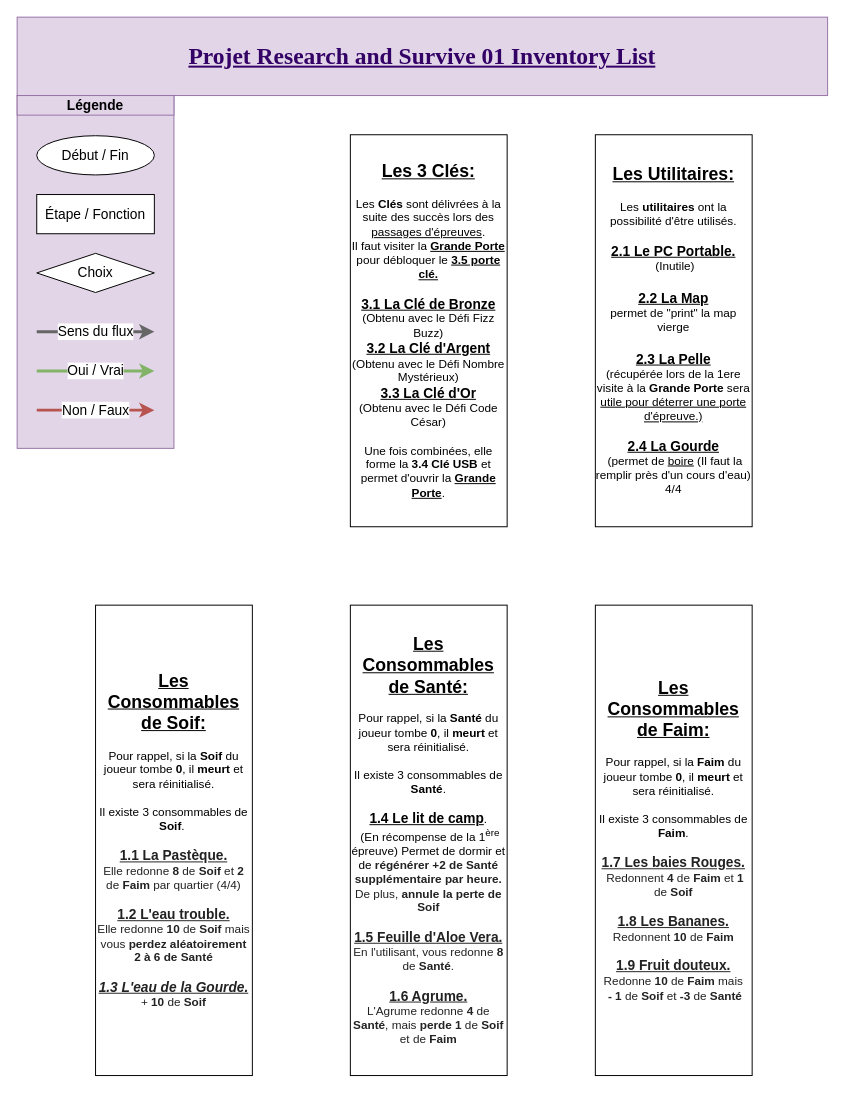
Before: page "Inventory list" (6 of 8) of Hors code/Project RS01.drawio in Hidorion/ProjetRS1, a draw.io diagram. Source tidied: cells renumbered, new cells numbered last; positions are measured from the earlier drawing's top-left corner, leaving out a move shared by most shapes. Both pictures are drawn from the tidied source at 98%, with x=0, y=0 at pixel (17, 17).
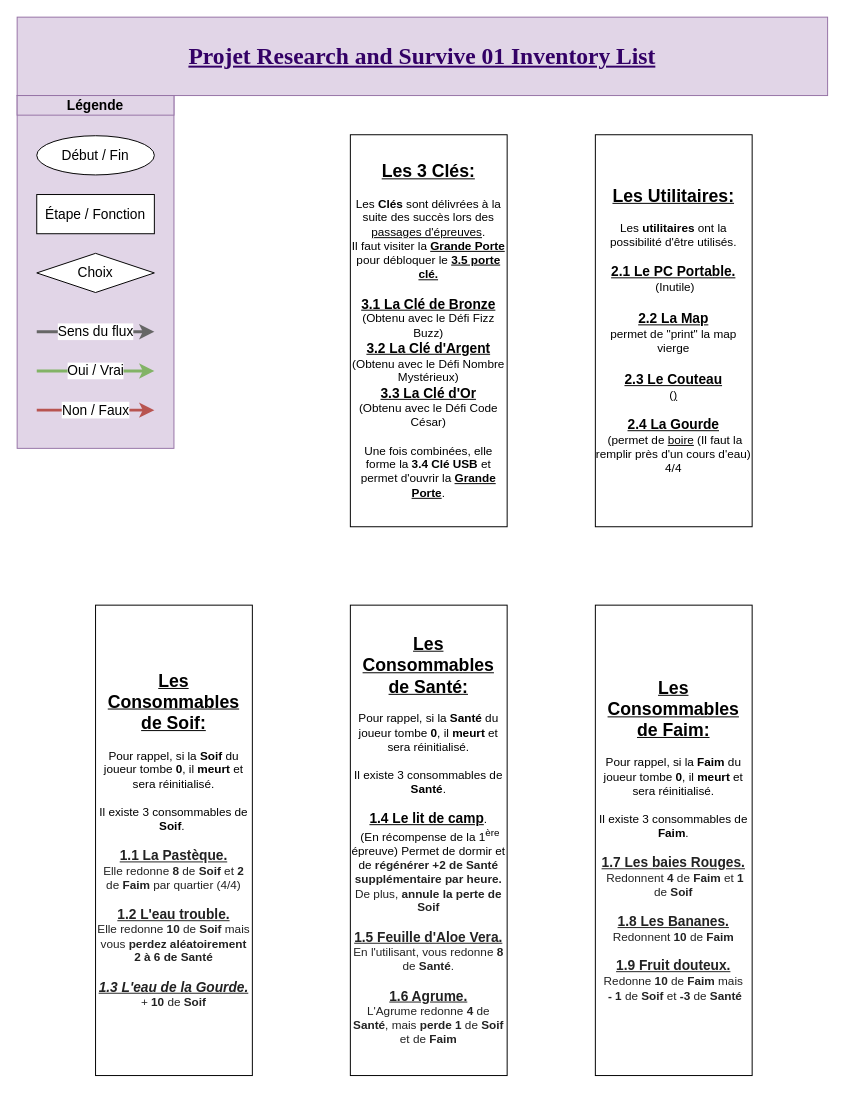
After the change.

The edit, as a diff of the source:
```diff
@@
 <mxGraphModel>
   <root>
     <mxCell id="0" />
     <mxCell id="1" parent="0" />
     <mxCell id="2" value="&lt;font style=&quot;font-size: 24px&quot; face=&quot;Garamond&quot; color=&quot;#330066&quot;&gt;&lt;b&gt;&lt;u&gt;Projet Research and Survive 01 Inventory List&lt;/u&gt;&lt;/b&gt;&lt;/font&gt;" style="rounded=0;whiteSpace=wrap;html=1;fillColor=#e1d5e7;strokeColor=#9673a6;" parent="1" vertex="1">
       <mxGeometry width="827" height="80" as="geometry" />
     </mxCell>
     <mxCell id="3" style="rounded=0;whiteSpace=wrap;html=1;fontSize=14;fillColor=#e1d5e7;strokeColor=#9673a6;" parent="1" vertex="1">
       <mxGeometry y="80" width="160" height="360" as="geometry" />
     </mxCell>
     <mxCell id="4" value="Début / Fin" style="ellipse;whiteSpace=wrap;html=1;fontSize=14;" parent="1" vertex="1">
       <mxGeometry x="20" y="121" width="120" height="40" as="geometry" />
     </mxCell>
     <mxCell id="5" value="Étape / Fonction" style="rounded=0;whiteSpace=wrap;html=1;fontSize=14;" parent="1" vertex="1">
       <mxGeometry x="20" y="181" width="120" height="40" as="geometry" />
     </mxCell>
     <mxCell id="6" value="Choix" style="rhombus;whiteSpace=wrap;html=1;fontSize=14;" parent="1" vertex="1">
       <mxGeometry x="20" y="241" width="120" height="40" as="geometry" />
     </mxCell>
     <mxCell id="7" value="Sens du flux" style="endArrow=classic;html=1;fontSize=14;strokeWidth=3;fillColor=#f5f5f5;strokeColor=#666666;" parent="1" edge="1">
       <mxGeometry relative="1" as="geometry">
         <mxPoint x="20" y="321" as="sourcePoint" />
         <mxPoint x="140" y="321" as="targetPoint" />
       </mxGeometry>
     </mxCell>
     <mxCell id="8" value="&lt;div&gt;Oui / Vrai&lt;/div&gt;" style="endArrow=classic;html=1;fontSize=14;fillColor=#d5e8d4;strokeColor=#82b366;strokeWidth=3;" parent="1" edge="1">
       <mxGeometry relative="1" as="geometry">
         <mxPoint x="20" y="361" as="sourcePoint" />
         <mxPoint x="140" y="361" as="targetPoint" />
       </mxGeometry>
     </mxCell>
     <mxCell id="9" value="Non / Faux" style="endArrow=classic;html=1;fontSize=14;fillColor=#f8cecc;strokeColor=#b85450;strokeWidth=3;" parent="1" edge="1">
       <mxGeometry relative="1" as="geometry">
         <mxPoint x="20" y="401" as="sourcePoint" />
         <mxPoint x="140" y="401" as="targetPoint" />
       </mxGeometry>
     </mxCell>
     <mxCell id="10" value="Légende" style="text;html=1;strokeColor=#9673a6;fillColor=#e1d5e7;align=center;verticalAlign=middle;whiteSpace=wrap;rounded=0;fontSize=14;fontStyle=1;" parent="1" vertex="1">
       <mxGeometry y="80" width="160" height="20" as="geometry" />
     </mxCell>
     <mxCell id="11" value="&lt;u&gt;&lt;b&gt;&lt;font style=&quot;font-size: 18px&quot;&gt;Les 3 Clés:&lt;br&gt;&lt;/font&gt;&lt;/b&gt;&lt;/u&gt;&lt;br&gt;Les &lt;b&gt;Clés &lt;/b&gt;sont délivrées à la suite des succès lors des &lt;u&gt;passages d'épreuves&lt;/u&gt;.&lt;br&gt;Il faut visiter la &lt;b&gt;&lt;u&gt;Grande Porte&lt;/u&gt;&lt;/b&gt; pour débloquer le &lt;u&gt;&lt;b&gt;3.5&amp;nbsp;porte clé.&lt;/b&gt;&lt;/u&gt;&lt;br&gt;&lt;br&gt;&lt;b&gt;&lt;u&gt;&lt;font style=&quot;font-size: 14px&quot;&gt;3.1 La Clé de Bronze&lt;/font&gt;&lt;/u&gt;&lt;/b&gt;&lt;br&gt;(Obtenu avec le Défi Fizz Buzz)&lt;br&gt;&lt;b&gt;&lt;font style=&quot;font-size: 14px&quot;&gt;&lt;u&gt;3.2 La Clé d'Argent&lt;/u&gt;&lt;/font&gt;&lt;br&gt;&lt;/b&gt;(Obtenu avec le Défi Nombre Mystérieux)&lt;br&gt;&lt;b&gt;&lt;font style=&quot;font-size: 14px&quot;&gt;&lt;u&gt;3.3 La Clé d'Or&lt;/u&gt;&lt;/font&gt;&lt;br&gt;&lt;/b&gt;(Obtenu avec le Défi Code César)&lt;br&gt;&lt;br&gt;Une fois combinées, elle forme la &lt;b&gt;3.4&lt;/b&gt;&amp;nbsp;&lt;b&gt;Clé USB&lt;/b&gt; et permet d'ouvrir la &lt;b&gt;&lt;u&gt;Grande Porte&lt;/u&gt;&lt;/b&gt;." style="rounded=0;whiteSpace=wrap;html=1;" parent="1" vertex="1">
       <mxGeometry x="340" y="120" width="160" height="400" as="geometry" />
     </mxCell>
-    <mxCell id="12" value="&lt;u&gt;&lt;b&gt;&lt;font style=&quot;font-size: 18px&quot;&gt;Les Utilitaires:&lt;br&gt;&lt;/font&gt;&lt;/b&gt;&lt;/u&gt;&lt;br&gt;&lt;span&gt;Les&amp;nbsp;&lt;/span&gt;&lt;b&gt;utilitaires&amp;nbsp;&lt;/b&gt;ont la possibilité d'être utilisés.&lt;br&gt;&lt;br&gt;&lt;b&gt;&lt;font style=&quot;font-size: 14px&quot;&gt;&lt;u&gt;2.1 Le PC Portable.&lt;/u&gt;&lt;/font&gt;&lt;br&gt;&lt;/b&gt;&amp;nbsp;(Inutile)&lt;br&gt;&lt;b&gt;&lt;font style=&quot;font-size: 14px&quot;&gt;&lt;u&gt;&lt;br&gt;2.2 La Map&lt;/u&gt;&lt;/font&gt;&lt;/b&gt; &lt;br&gt;permet de &quot;print&quot; la map vierge&lt;br&gt;&lt;span style=&quot;font-size: 14px&quot;&gt;&lt;br&gt;&lt;font style=&quot;font-size: 14px&quot;&gt;&lt;u&gt;&lt;b&gt;2.3 La Pelle&lt;/b&gt;&lt;/u&gt;&lt;/font&gt;&lt;/span&gt;&lt;font style=&quot;font-size: 14px&quot;&gt; &lt;/font&gt;&lt;br&gt;(récupérée lors de la 1ere visite à la &lt;b&gt;Grande Porte&lt;/b&gt; sera &lt;u&gt;utile pour déterrer une porte d'épreuve.)&lt;/u&gt;&lt;br&gt;&lt;b&gt;&lt;br&gt;&lt;u&gt;&lt;font style=&quot;font-size: 14px&quot;&gt;2.4 La Gourde&lt;/font&gt;&lt;/u&gt;&lt;br&gt;&lt;/b&gt;&amp;nbsp;(permet de &lt;u&gt;boire&lt;/u&gt;&amp;nbsp;(Il faut la remplir près d'un cours d'eau) 4/4" style="rounded=0;whiteSpace=wrap;html=1;" parent="1" vertex="1">
+    <mxCell id="12" value="&lt;u&gt;&lt;b&gt;&lt;font style=&quot;font-size: 18px&quot;&gt;Les Utilitaires:&lt;br&gt;&lt;/font&gt;&lt;/b&gt;&lt;/u&gt;&lt;br&gt;&lt;span&gt;Les&amp;nbsp;&lt;/span&gt;&lt;b&gt;utilitaires&amp;nbsp;&lt;/b&gt;ont la possibilité d'être utilisés.&lt;br&gt;&lt;br&gt;&lt;b&gt;&lt;font style=&quot;font-size: 14px&quot;&gt;&lt;u&gt;2.1 Le PC Portable.&lt;/u&gt;&lt;/font&gt;&lt;br&gt;&lt;/b&gt;&amp;nbsp;(Inutile)&lt;br&gt;&lt;b&gt;&lt;font style=&quot;font-size: 14px&quot;&gt;&lt;u&gt;&lt;br&gt;2.2 La Map&lt;/u&gt;&lt;/font&gt;&lt;/b&gt; &lt;br&gt;permet de &quot;print&quot; la map vierge&lt;br&gt;&lt;span style=&quot;font-size: 14px&quot;&gt;&lt;br&gt;&lt;font style=&quot;font-size: 14px&quot;&gt;&lt;u&gt;&lt;b&gt;2.3 Le Couteau&lt;/b&gt;&lt;/u&gt;&lt;/font&gt;&lt;/span&gt;&lt;font style=&quot;font-size: 14px&quot;&gt; &lt;/font&gt;&lt;br&gt;(&lt;u&gt;)&lt;/u&gt;&lt;br&gt;&lt;b&gt;&lt;br&gt;&lt;u&gt;&lt;font style=&quot;font-size: 14px&quot;&gt;2.4 La Gourde&lt;/font&gt;&lt;/u&gt;&lt;br&gt;&lt;/b&gt;&amp;nbsp;(permet de &lt;u&gt;boire&lt;/u&gt;&amp;nbsp;(Il faut la remplir près d'un cours d'eau) 4/4" style="rounded=0;whiteSpace=wrap;html=1;" parent="1" vertex="1">
       <mxGeometry x="590" y="120" width="160" height="400" as="geometry" />
     </mxCell>
     <mxCell id="13" value="&lt;u&gt;&lt;b&gt;&lt;font style=&quot;font-size: 18px&quot;&gt;Les Consommables de Santé:&lt;br&gt;&lt;/font&gt;&lt;/b&gt;&lt;/u&gt;&lt;br&gt;Pour rappel, si la &lt;b&gt;Santé&lt;/b&gt; du joueur tombe &lt;b&gt;0&lt;/b&gt;, il &lt;b&gt;meurt&lt;/b&gt; et sera réinitialisé.&lt;br&gt;&lt;br&gt;Il existe 3 consommables de &lt;b&gt;Santé&lt;/b&gt;.&lt;br&gt;&lt;br&gt;&lt;u&gt;&lt;font style=&quot;font-size: 14px&quot;&gt;&lt;b&gt;1.4 Le lit de camp&lt;/b&gt;&lt;/font&gt;&lt;/u&gt;.&lt;br&gt;&amp;nbsp;(En récompense de la 1&lt;sup&gt;ère&lt;/sup&gt; épreuve) Permet de dormir et de&amp;nbsp;&lt;span style=&quot;color: rgb(34 , 34 , 34) ; font-family: &amp;#34;arial&amp;#34; , sans-serif ; text-align: left ; background-color: rgb(255 , 255 , 255)&quot;&gt;&lt;font&gt;&lt;b style=&quot;font-size: 12px&quot;&gt;régénérer +2 de Santé supplémentaire par heure.&lt;/b&gt; De plus, &lt;b style=&quot;font-size: 12px&quot;&gt;annule la perte de Soif&lt;/b&gt;&lt;br&gt;&lt;br&gt;&lt;font style=&quot;font-size: 14px&quot;&gt;&lt;u&gt;&lt;b&gt;1.5 Feuille d'Aloe Vera.&lt;/b&gt;&lt;/u&gt;&lt;/font&gt;&lt;br&gt;En l'utilisant, vous redonne &lt;b&gt;8&lt;/b&gt; de &lt;b&gt;Santé&lt;/b&gt;.&lt;br&gt;&lt;br&gt;&lt;u&gt;&lt;font style=&quot;font-size: 14px&quot;&gt;&lt;b&gt;1.6 Agrume.&lt;/b&gt;&lt;/font&gt;&lt;/u&gt;&lt;br&gt;L'Agrume redonne &lt;b&gt;4&lt;/b&gt; de &lt;b&gt;Santé&lt;/b&gt;, mais &lt;b&gt;perde 1&lt;/b&gt; de &lt;b&gt;Soif&lt;/b&gt; et de &lt;b&gt;Faim&lt;/b&gt;&lt;br&gt;&lt;/font&gt;&lt;/span&gt;" style="rounded=0;whiteSpace=wrap;html=1;" parent="1" vertex="1">
       <mxGeometry x="340" y="600" width="160" height="480" as="geometry" />
     </mxCell>
     <mxCell id="14" value="&lt;u&gt;&lt;b&gt;&lt;font style=&quot;font-size: 18px&quot;&gt;Les Consommables de Faim:&lt;br&gt;&lt;/font&gt;&lt;/b&gt;&lt;/u&gt;&lt;br&gt;Pour rappel, si la &lt;b&gt;Faim&lt;/b&gt; du joueur tombe &lt;b&gt;0&lt;/b&gt;, il &lt;b&gt;meurt&lt;/b&gt; et sera réinitialisé.&lt;br&gt;&lt;br&gt;Il existe 3 consommables de &lt;b&gt;Faim&lt;/b&gt;.&lt;br&gt;&lt;br&gt;&lt;span style=&quot;color: rgb(34 , 34 , 34) ; font-family: &amp;#34;arial&amp;#34; , sans-serif ; text-align: left ; background-color: rgb(255 , 255 , 255)&quot;&gt;&lt;font&gt;&lt;u&gt;&lt;font style=&quot;font-size: 14px&quot;&gt;&lt;b&gt;1.7 Les baies Rouges.&lt;/b&gt;&lt;/font&gt;&lt;/u&gt;&lt;br&gt;&amp;nbsp;Redonnent &lt;b&gt;4&lt;/b&gt; de &lt;b&gt;Faim&lt;/b&gt; et &lt;b&gt;1&lt;/b&gt; de &lt;b&gt;Soif&lt;/b&gt;&lt;br&gt;&lt;br&gt;&lt;b&gt;&lt;u&gt;&lt;font style=&quot;font-size: 14px&quot;&gt;1.8 Les Bananes.&lt;/font&gt;&lt;/u&gt; &lt;/b&gt;&lt;br&gt;Redonnent &lt;b&gt;10&lt;/b&gt; de &lt;b&gt;Faim&lt;/b&gt;&lt;br&gt;&lt;br&gt;&lt;u&gt;&lt;font style=&quot;font-size: 14px&quot;&gt;&lt;b&gt;1.9 Fruit douteux.&lt;/b&gt;&lt;/font&gt;&lt;/u&gt; &lt;br&gt;Redonne &lt;b&gt;10&lt;/b&gt; de &lt;b&gt;Faim&lt;/b&gt; mais&lt;br&gt;&amp;nbsp;&lt;b&gt;- 1&lt;/b&gt; de &lt;b&gt;Soif&lt;/b&gt;&amp;nbsp;et &lt;b&gt;-3&lt;/b&gt; de &lt;b&gt;Santé&lt;/b&gt;&lt;br&gt;&lt;/font&gt;&lt;/span&gt;" style="rounded=0;whiteSpace=wrap;html=1;" parent="1" vertex="1">
       <mxGeometry x="590" y="600" width="160" height="480" as="geometry" />
     </mxCell>
     <mxCell id="15" value="&lt;u&gt;&lt;b&gt;&lt;font style=&quot;font-size: 18px&quot;&gt;Les Consommables de Soif:&lt;br&gt;&lt;/font&gt;&lt;/b&gt;&lt;/u&gt;&lt;br&gt;Pour rappel, si la &lt;b&gt;Soif&lt;/b&gt; du joueur tombe &lt;b&gt;0&lt;/b&gt;, il &lt;b&gt;meurt&lt;/b&gt; et sera réinitialisé.&lt;br&gt;&lt;br&gt;Il existe 3 consommables de &lt;b&gt;Soif&lt;/b&gt;.&amp;nbsp;&lt;span style=&quot;color: rgb(34 , 34 , 34) ; font-family: &amp;#34;arial&amp;#34; , sans-serif ; text-align: left ; background-color: rgb(255 , 255 , 255)&quot;&gt;&lt;font&gt;&lt;br&gt;&lt;br&gt;&lt;u&gt;&lt;font style=&quot;font-size: 14px&quot;&gt;&lt;b&gt;1.1 La Pastèque.&lt;/b&gt;&lt;/font&gt;&lt;/u&gt;&lt;br&gt;Elle redonne &lt;b style=&quot;font-size: 12px&quot;&gt;8&lt;/b&gt; de &lt;b style=&quot;font-size: 12px&quot;&gt;Soif&lt;/b&gt; et &lt;b style=&quot;font-size: 12px&quot;&gt;2&lt;/b&gt; de &lt;b style=&quot;font-size: 12px&quot;&gt;Faim&lt;/b&gt; par quartier (4/4)&lt;br&gt;&lt;br&gt;&lt;u&gt;&lt;font style=&quot;font-size: 14px&quot;&gt;&lt;b&gt;1.2 L'eau trouble.&lt;/b&gt;&lt;/font&gt;&lt;/u&gt;&lt;br&gt;Elle redonne &lt;b style=&quot;font-size: 12px&quot;&gt;10&lt;/b&gt; de &lt;b style=&quot;font-size: 12px&quot;&gt;Soif&lt;/b&gt; mais vous &lt;b style=&quot;font-size: 12px&quot;&gt;perdez aléatoirement 2 à 6 de Santé&lt;/b&gt;&lt;br&gt;&lt;br&gt;&lt;i&gt;&lt;font style=&quot;font-size: 14px&quot;&gt;&lt;u&gt;&lt;b&gt;1.3 L'eau de la Gourde.&lt;/b&gt;&lt;/u&gt;&lt;/font&gt;&lt;/i&gt;&lt;br&gt;+ &lt;b style=&quot;font-size: 12px&quot;&gt;10&lt;/b&gt; de &lt;b style=&quot;font-size: 12px&quot;&gt;Soif&lt;/b&gt;&lt;br&gt;&lt;/font&gt;&lt;/span&gt;" style="rounded=0;whiteSpace=wrap;html=1;" parent="1" vertex="1">
       <mxGeometry x="80" y="600" width="160" height="480" as="geometry" />
     </mxCell>
   </root>
 </mxGraphModel>
```
